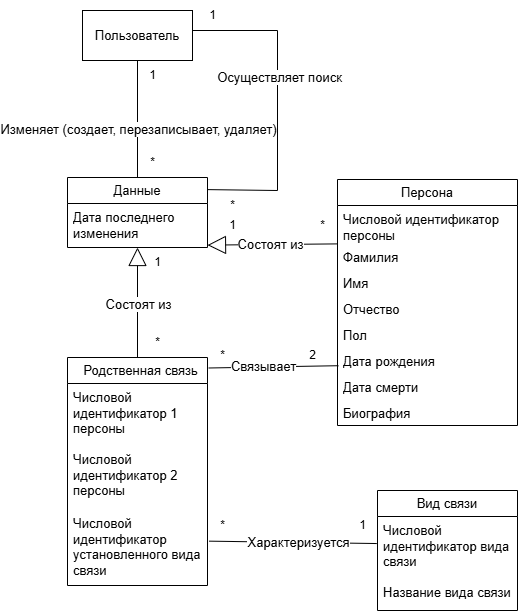
Danil-Kolosov/HellCourse keeps this draw.io diagram as vic/диагрмма_понятий.png. Above is the earlier version. Source tidied: cells renumbered, new cells last; positions are measured from the earlier drawing's top-left corner, leaving out a move shared by most shapes.
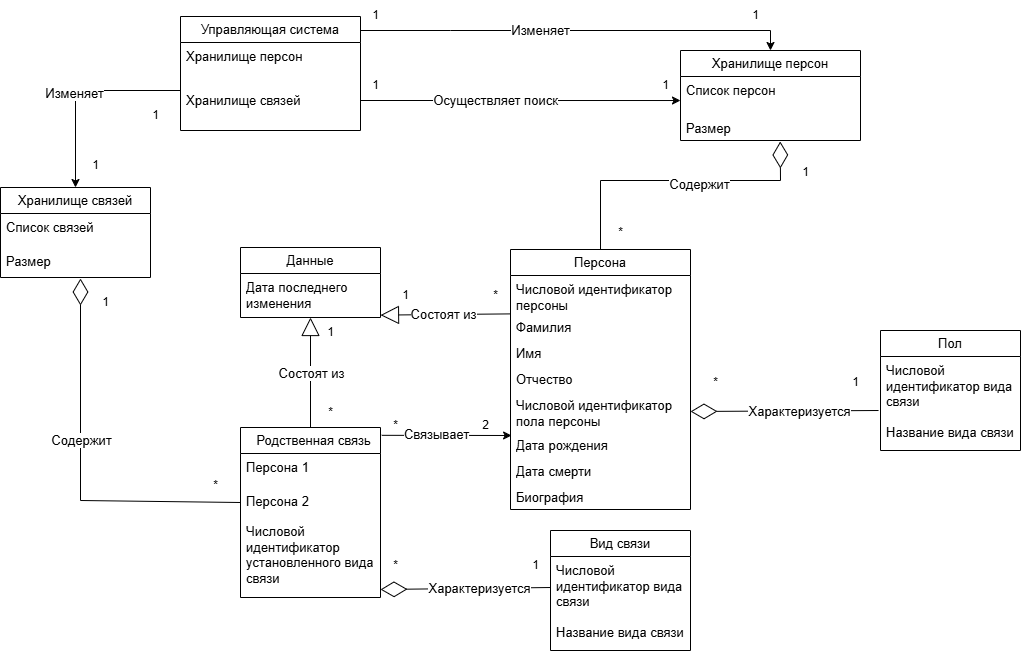
Later version of the same file.

Diff of the diagram source:
```diff
@@ -5,3 +5,3 @@
     <mxCell id="2" value="Персона" style="swimlane;fontStyle=0;horizontal=1;startSize=26;fillColor=none;whiteSpace=wrap;html=1;fontSize=13;" parent="1" vertex="1">
-      <mxGeometry x="270" y="179" width="180" height="246" as="geometry" />
+      <mxGeometry x="270" y="179" width="180" height="260" as="geometry" />
     </mxCell>
@@ -19,35 +19,36 @@
     </mxCell>
-    <mxCell id="7" value="Пол" style="text;strokeColor=none;fillColor=none;align=left;verticalAlign=top;spacingLeft=4;spacingRight=4;overflow=hidden;points=[[0,0.5],[1,0.5]];portConstraint=eastwest;whiteSpace=wrap;html=1;fontSize=13;" parent="2" vertex="1">
-      <mxGeometry y="142" width="180" height="26" as="geometry" />
+    <mxCell id="7" value="Числовой идентификатор пола персоны" style="text;strokeColor=none;fillColor=none;align=left;verticalAlign=top;spacingLeft=4;spacingRight=4;overflow=hidden;points=[[0,0.5],[1,0.5]];portConstraint=eastwest;whiteSpace=wrap;html=1;fontSize=13;" parent="2" vertex="1">
+      <mxGeometry y="142" width="180" height="40" as="geometry" />
     </mxCell>
     <mxCell id="8" value="Дата рождения" style="text;strokeColor=none;fillColor=none;align=left;verticalAlign=top;spacingLeft=4;spacingRight=4;overflow=hidden;points=[[0,0.5],[1,0.5]];portConstraint=eastwest;whiteSpace=wrap;html=1;fontSize=13;" parent="2" vertex="1">
-      <mxGeometry y="168" width="180" height="26" as="geometry" />
+      <mxGeometry y="182" width="180" height="26" as="geometry" />
     </mxCell>
     <mxCell id="9" value="Дата смерти" style="text;strokeColor=none;fillColor=none;align=left;verticalAlign=top;spacingLeft=4;spacingRight=4;overflow=hidden;whiteSpace=wrap;html=1;fontSize=13;" parent="2" vertex="1">
-      <mxGeometry y="194" width="180" height="26" as="geometry" />
+      <mxGeometry y="208" width="180" height="26" as="geometry" />
     </mxCell>
     <mxCell id="10" value="Биография" style="text;strokeColor=none;fillColor=none;align=left;verticalAlign=top;spacingLeft=4;spacingRight=4;overflow=hidden;whiteSpace=wrap;html=1;fontSize=13;" parent="2" vertex="1">
-      <mxGeometry y="220" width="180" height="26" as="geometry" />
+      <mxGeometry y="234" width="180" height="26" as="geometry" />
     </mxCell>
     <mxCell id="11" value="&amp;nbsp; &amp;nbsp;Родственная связь&amp;nbsp;" style="swimlane;fontStyle=0;horizontal=1;startSize=26;fillColor=none;whiteSpace=wrap;html=1;fontSize=13;" parent="1" vertex="1">
-      <mxGeometry y="357" width="140" height="228" as="geometry" />
+      <mxGeometry y="357" width="140" height="170" as="geometry" />
     </mxCell>
-    <mxCell id="12" value="Числовой идентификатор 1 персоны" style="text;strokeColor=none;fillColor=none;align=left;verticalAlign=top;spacingLeft=4;spacingRight=4;overflow=hidden;whiteSpace=wrap;html=1;fontSize=13;" parent="11" vertex="1">
-      <mxGeometry y="26" width="140" height="62" as="geometry" />
+    <mxCell id="12" value="Персона 1" style="text;strokeColor=none;fillColor=none;align=left;verticalAlign=top;spacingLeft=4;spacingRight=4;overflow=hidden;whiteSpace=wrap;html=1;fontSize=13;" parent="11" vertex="1">
+      <mxGeometry y="26" width="140" height="34" as="geometry" />
     </mxCell>
-    <mxCell id="13" value="Числовой идентификатор 2 персоны" style="text;strokeColor=none;fillColor=none;align=left;verticalAlign=top;spacingLeft=4;spacingRight=4;overflow=hidden;points=[[0,0.5],[1,0.5]];portConstraint=eastwest;whiteSpace=wrap;html=1;fontSize=13;" parent="11" vertex="1">
-      <mxGeometry y="88" width="140" height="64" as="geometry" />
+    <mxCell id="13" value="Персона 2" style="text;strokeColor=none;fillColor=none;align=left;verticalAlign=top;spacingLeft=4;spacingRight=4;overflow=hidden;points=[[0,0.5],[1,0.5]];portConstraint=eastwest;whiteSpace=wrap;html=1;fontSize=13;" parent="11" vertex="1">
+      <mxGeometry y="60" width="140" height="30" as="geometry" />
     </mxCell>
     <mxCell id="14" value="Числовой идентификатор установленного вида связи" style="text;strokeColor=none;fillColor=none;align=left;verticalAlign=top;spacingLeft=4;spacingRight=4;overflow=hidden;whiteSpace=wrap;html=1;fontSize=13;" parent="11" vertex="1">
-      <mxGeometry y="152" width="140" height="76" as="geometry" />
+      <mxGeometry y="90" width="140" height="80" as="geometry" />
     </mxCell>
-    <mxCell id="15" value="Пользователь" style="html=1;whiteSpace=wrap;fontSize=13;" parent="1" vertex="1">
-      <mxGeometry x="15" y="10" width="110" height="50" as="geometry" />
-    </mxCell>
-    <mxCell id="16" style="endArrow=none;endFill=0;endSize=24;html=1;rounded=0;startFill=0;entryX=0.5;entryY=1;entryDx=0;entryDy=0;exitX=0.5;exitY=0;exitDx=0;exitDy=0;" parent="1" edge="1" source="18" target="15">
-      <mxGeometry relative="1" as="geometry" />
+    <mxCell id="16" style="endArrow=none;endFill=1;endSize=24;html=1;rounded=0;startFill=1;entryX=0;entryY=0.091;entryDx=0;entryDy=0;exitX=0.5;exitY=0;exitDx=0;exitDy=0;strokeColor=default;align=center;verticalAlign=middle;fontFamily=Helvetica;fontSize=11;fontColor=default;labelBackgroundColor=default;startArrow=classic;entryPerimeter=0;" parent="1" edge="1" source="51" target="47">
+      <mxGeometry relative="1" as="geometry">
+        <Array as="points">
+          <mxPoint x="-165" y="20" />
+        </Array>
+      </mxGeometry>
     </mxCell>
-    <mxCell id="17" value="Изменяет (создает, перезаписывает, удаляет)" style="edgeLabel;html=1;align=center;verticalAlign=middle;fontSize=13;" parent="16" vertex="1">
+    <mxCell id="17" value="Изменяет" style="edgeLabel;html=1;align=center;verticalAlign=middle;fontSize=13;rounded=0;strokeColor=default;fontFamily=Helvetica;fontColor=default;labelBackgroundColor=default;" parent="16" vertex="1">
       <mxGeometry x="0.16" y="-1" relative="1" as="geometry">
-        <mxPoint x="-1" y="19" as="offset" />
+        <mxPoint x="-22" y="1" as="offset" />
       </mxGeometry>
@@ -69,6 +70,6 @@
     </mxCell>
-    <mxCell id="22" style="endArrow=none;endFill=0;endSize=24;html=1;rounded=0;startFill=0;exitX=0.005;exitY=0.7;exitDx=0;exitDy=0;entryX=1.009;entryY=0.046;entryDx=0;entryDy=0;exitPerimeter=0;entryPerimeter=0;" parent="1" edge="1" source="8" target="11">
+    <mxCell id="22" style="endArrow=none;endFill=1;endSize=24;html=1;rounded=0;startFill=1;exitX=0.006;exitY=0.154;exitDx=0;exitDy=0;entryX=1.009;entryY=0.046;entryDx=0;entryDy=0;exitPerimeter=0;entryPerimeter=0;strokeColor=default;align=center;verticalAlign=middle;fontFamily=Helvetica;fontSize=13;fontColor=default;labelBackgroundColor=default;startArrow=classic;" parent="1" edge="1" source="8" target="11">
       <mxGeometry relative="1" as="geometry" />
     </mxCell>
-    <mxCell id="23" value="Связывает" style="edgeLabel;html=1;align=center;verticalAlign=middle;fontSize=13;" parent="22" vertex="1">
+    <mxCell id="23" value="Связывает" style="edgeLabel;html=1;align=center;verticalAlign=middle;fontSize=13;rounded=0;strokeColor=default;fontFamily=Helvetica;fontColor=default;labelBackgroundColor=default;" parent="22" vertex="1">
       <mxGeometry x="0.16" y="-1" relative="1" as="geometry" />
@@ -81,6 +82,6 @@
     </mxCell>
-    <mxCell id="26" style="endArrow=none;endFill=0;endSize=24;html=1;rounded=0;startFill=0;entryX=1;entryY=0.4;entryDx=0;entryDy=0;exitX=1.002;exitY=0.173;exitDx=0;exitDy=0;exitPerimeter=0;entryPerimeter=0;" parent="1" edge="1" source="18" target="15">
+    <mxCell id="26" style="endArrow=none;endFill=1;endSize=24;html=1;rounded=0;startFill=1;exitX=0;exitY=0.632;exitDx=0;exitDy=0;exitPerimeter=0;startArrow=classic;" parent="1" edge="1" source="49">
       <mxGeometry relative="1" as="geometry">
+        <mxPoint x="120" y="30" as="targetPoint" />
         <Array as="points">
-          <mxPoint x="210" y="190" />
           <mxPoint x="210" y="30" />
@@ -93,7 +94,4 @@
     <mxCell id="28" value="1" style="text;html=1;align=center;verticalAlign=middle;strokeColor=none;fillColor=none;" parent="1" vertex="1">
-      <mxGeometry x="70" y="60" width="30" height="30" as="geometry" />
+      <mxGeometry x="-100" y="30" width="30" height="30" as="geometry" />
     </mxCell>
-    <mxCell id="29" value="*" style="text;html=1;align=center;verticalAlign=middle;strokeColor=none;fillColor=none;" parent="1" vertex="1">
-      <mxGeometry x="70" y="147" width="30" height="30" as="geometry" />
-    </mxCell>
     <mxCell id="30" value="*" style="text;html=1;align=center;verticalAlign=middle;strokeColor=none;fillColor=none;" parent="1" vertex="1">
@@ -116,10 +114,7 @@
     </mxCell>
-    <mxCell id="36" value="*" style="text;html=1;align=center;verticalAlign=middle;strokeColor=none;fillColor=none;" parent="1" vertex="1">
-      <mxGeometry x="150" y="190" width="30" height="30" as="geometry" />
-    </mxCell>
     <mxCell id="37" value="1" style="text;html=1;align=center;verticalAlign=middle;strokeColor=none;fillColor=none;" parent="1" vertex="1">
-      <mxGeometry x="130" width="30" height="30" as="geometry" />
+      <mxGeometry x="120" width="30" height="30" as="geometry" />
     </mxCell>
     <mxCell id="38" value="Вид связи" style="swimlane;fontStyle=0;horizontal=1;startSize=26;fillColor=none;whiteSpace=wrap;html=1;fontSize=13;" parent="1" vertex="1">
-      <mxGeometry x="310" y="490" width="140" height="120" as="geometry" />
+      <mxGeometry x="310" y="460" width="140" height="120" as="geometry" />
     </mxCell>
@@ -131,8 +126,10 @@
     </mxCell>
-    <mxCell id="41" style="endArrow=none;endFill=0;endSize=24;html=1;rounded=0;startFill=0;entryX=-0.005;entryY=0.442;entryDx=0;entryDy=0;exitX=0.056;exitY=1.022;exitDx=0;exitDy=0;exitPerimeter=0;entryPerimeter=0;" parent="1" edge="1" source="43" target="38">
-      <mxGeometry relative="1" as="geometry" />
+    <mxCell id="41" style="endArrow=diamondThin;endFill=0;endSize=24;html=1;rounded=0;startFill=0;exitX=0;exitY=0.5;exitDx=0;exitDy=0;startArrow=none;strokeColor=default;align=center;verticalAlign=middle;fontFamily=Helvetica;fontSize=11;fontColor=default;labelBackgroundColor=default;" parent="1" edge="1" source="39">
+      <mxGeometry relative="1" as="geometry">
+        <mxPoint x="140" y="519" as="targetPoint" />
+      </mxGeometry>
     </mxCell>
-    <mxCell id="42" value="Характеризуется" style="edgeLabel;html=1;align=center;verticalAlign=middle;fontSize=13;" parent="41" vertex="1">
+    <mxCell id="42" value="Характеризуется" style="edgeLabel;html=1;align=center;verticalAlign=middle;fontSize=13;rounded=0;strokeColor=default;fontFamily=Helvetica;fontColor=default;labelBackgroundColor=default;" parent="41" vertex="1">
       <mxGeometry x="0.16" y="-1" relative="1" as="geometry">
-        <mxPoint x="-9" y="-2" as="offset" />
+        <mxPoint x="27" as="offset" />
       </mxGeometry>
@@ -140,7 +137,119 @@
     <mxCell id="43" value="*" style="text;html=1;align=center;verticalAlign=middle;points=[];strokeColor=none;fillColor=none;" parent="1" vertex="1">
-      <mxGeometry x="140" y="510" width="30" height="30" as="geometry" />
+      <mxGeometry x="140" y="480" width="30" height="30" as="geometry" />
     </mxCell>
     <mxCell id="44" value="1" style="text;html=1;align=center;verticalAlign=middle;strokeColor=none;fillColor=none;" parent="1" vertex="1">
-      <mxGeometry x="280" y="510" width="30" height="30" as="geometry" />
+      <mxGeometry x="280" y="480" width="30" height="30" as="geometry" />
     </mxCell>
+    <mxCell id="45" value="Управляющая система" style="swimlane;fontStyle=0;horizontal=1;startSize=26;fillColor=none;whiteSpace=wrap;html=1;fontSize=13;" parent="1" vertex="1">
+      <mxGeometry x="-60" y="-54" width="180" height="114" as="geometry" />
+    </mxCell>
+    <mxCell id="46" value="Хранилище&amp;nbsp;персон" style="text;strokeColor=none;fillColor=none;align=left;verticalAlign=top;spacingLeft=4;spacingRight=4;overflow=hidden;whiteSpace=wrap;html=1;fontSize=13;" parent="45" vertex="1">
+      <mxGeometry y="26" width="180" height="44" as="geometry" />
+    </mxCell>
+    <mxCell id="47" value="Хранилище связей" style="text;strokeColor=none;fillColor=none;align=left;verticalAlign=top;spacingLeft=4;spacingRight=4;overflow=hidden;points=[[0,0.5],[1,0.5]];portConstraint=eastwest;whiteSpace=wrap;html=1;fontSize=13;" parent="45" vertex="1">
+      <mxGeometry y="70" width="180" height="44" as="geometry" />
+    </mxCell>
+    <mxCell id="48" value="&lt;span style=&quot;text-align: left;&quot;&gt;Хранилище&amp;nbsp;персон&lt;/span&gt;" style="swimlane;fontStyle=0;horizontal=1;startSize=26;fillColor=none;whiteSpace=wrap;html=1;fontSize=13;" parent="1" vertex="1">
+      <mxGeometry x="440" y="-20" width="180" height="90" as="geometry" />
+    </mxCell>
+    <mxCell id="49" value="Список персон" style="text;strokeColor=none;fillColor=none;align=left;verticalAlign=top;spacingLeft=4;spacingRight=4;overflow=hidden;points=[[0,0.5],[1,0.5]];portConstraint=eastwest;whiteSpace=wrap;html=1;fontSize=13;" parent="48" vertex="1">
+      <mxGeometry y="26" width="180" height="38" as="geometry" />
+    </mxCell>
+    <mxCell id="50" value="Размер" style="text;strokeColor=none;fillColor=none;align=left;verticalAlign=top;spacingLeft=4;spacingRight=4;overflow=hidden;points=[[0,0.5],[1,0.5]];portConstraint=eastwest;whiteSpace=wrap;html=1;fontSize=13;" parent="48" vertex="1">
+      <mxGeometry y="64" width="180" height="26" as="geometry" />
+    </mxCell>
+    <mxCell id="51" value="&lt;span style=&quot;text-align: left;&quot;&gt;Хранилище&amp;nbsp;&lt;/span&gt;&lt;span style=&quot;text-align: left;&quot;&gt;связей&lt;/span&gt;" style="swimlane;fontStyle=0;horizontal=1;startSize=26;fillColor=none;whiteSpace=wrap;html=1;fontSize=13;" parent="1" vertex="1">
+      <mxGeometry x="-240" y="117" width="150" height="90" as="geometry" />
+    </mxCell>
+    <mxCell id="52" value="Список связей&amp;nbsp;" style="text;strokeColor=none;fillColor=none;align=left;verticalAlign=top;spacingLeft=4;spacingRight=4;overflow=hidden;whiteSpace=wrap;html=1;fontSize=13;" parent="51" vertex="1">
+      <mxGeometry y="26" width="150" height="34" as="geometry" />
+    </mxCell>
+    <mxCell id="53" value="Размер" style="text;strokeColor=none;fillColor=none;align=left;verticalAlign=top;spacingLeft=4;spacingRight=4;overflow=hidden;whiteSpace=wrap;html=1;fontSize=13;" parent="51" vertex="1">
+      <mxGeometry y="60" width="150" height="30" as="geometry" />
+    </mxCell>
+    <mxCell id="54" value="Пол" style="swimlane;fontStyle=0;horizontal=1;startSize=26;fillColor=none;whiteSpace=wrap;html=1;fontSize=13;" parent="1" vertex="1">
+      <mxGeometry x="640" y="260" width="140" height="120" as="geometry" />
+    </mxCell>
+    <mxCell id="55" value="Числовой идентификатор вида связи" style="text;strokeColor=none;fillColor=none;align=left;verticalAlign=top;spacingLeft=4;spacingRight=4;overflow=hidden;points=[[0,0.5],[1,0.5]];portConstraint=eastwest;whiteSpace=wrap;html=1;fontSize=13;" parent="54" vertex="1">
+      <mxGeometry y="26" width="140" height="62" as="geometry" />
+    </mxCell>
+    <mxCell id="56" value="Название вида связи" style="text;strokeColor=none;fillColor=none;align=left;verticalAlign=top;spacingLeft=4;spacingRight=4;overflow=hidden;whiteSpace=wrap;html=1;fontSize=13;" parent="54" vertex="1">
+      <mxGeometry y="88" width="140" height="32" as="geometry" />
+    </mxCell>
+    <mxCell id="57" style="endArrow=diamondThin;endFill=0;endSize=24;html=1;rounded=0;entryX=1;entryY=0.5;entryDx=0;entryDy=0;exitX=-0.014;exitY=0.871;exitDx=0;exitDy=0;exitPerimeter=0;" parent="1" edge="1" source="55" target="7">
+      <mxGeometry relative="1" as="geometry" />
+    </mxCell>
+    <mxCell id="58" value="Характеризуется" style="edgeLabel;html=1;align=center;verticalAlign=middle;fontSize=13;" parent="57" vertex="1">
+      <mxGeometry x="-0.15" y="2" relative="1" as="geometry">
+        <mxPoint y="-2" as="offset" />
+      </mxGeometry>
+    </mxCell>
+    <mxCell id="59" value="1" style="text;html=1;align=center;verticalAlign=middle;strokeColor=none;fillColor=none;" parent="1" vertex="1">
+      <mxGeometry x="600" y="297" width="30" height="30" as="geometry" />
+    </mxCell>
+    <mxCell id="60" value="*" style="text;html=1;align=center;verticalAlign=middle;strokeColor=none;fillColor=none;" parent="1" vertex="1">
+      <mxGeometry x="460" y="297" width="30" height="30" as="geometry" />
+    </mxCell>
+    <mxCell id="61" value="1" style="text;html=1;align=center;verticalAlign=middle;strokeColor=none;fillColor=none;" parent="1" vertex="1">
+      <mxGeometry x="410" width="30" height="30" as="geometry" />
+    </mxCell>
+    <mxCell id="62" style="endArrow=none;endFill=1;endSize=24;html=1;rounded=0;startFill=1;exitX=0.5;exitY=0;exitDx=0;exitDy=0;startArrow=classic;" parent="1" edge="1" source="48">
+      <mxGeometry relative="1" as="geometry">
+        <mxPoint x="120" y="-40" as="targetPoint" />
+        <Array as="points">
+          <mxPoint x="530" y="-40" />
+          <mxPoint x="210" y="-40" />
+        </Array>
+      </mxGeometry>
+    </mxCell>
+    <mxCell id="63" value="Изменяет" style="edgeLabel;html=1;align=center;verticalAlign=middle;fontSize=13;" parent="62" vertex="1">
+      <mxGeometry x="0.16" y="-1" relative="1" as="geometry" />
+    </mxCell>
+    <mxCell id="64" value="1" style="text;html=1;align=center;verticalAlign=middle;strokeColor=none;fillColor=none;" parent="1" vertex="1">
+      <mxGeometry x="-160" y="80" width="30" height="30" as="geometry" />
+    </mxCell>
+    <mxCell id="65" value="1" style="text;html=1;align=center;verticalAlign=middle;strokeColor=none;fillColor=none;" parent="1" vertex="1">
+      <mxGeometry x="120" y="-70" width="30" height="30" as="geometry" />
+    </mxCell>
+    <mxCell id="66" value="1" style="text;html=1;align=center;verticalAlign=middle;strokeColor=none;fillColor=none;" parent="1" vertex="1">
+      <mxGeometry x="500" y="-70" width="30" height="30" as="geometry" />
+    </mxCell>
+    <mxCell id="67" style="endArrow=diamondThin;endFill=0;endSize=24;html=1;rounded=0;startFill=0;strokeColor=default;align=center;verticalAlign=middle;fontFamily=Helvetica;fontSize=11;fontColor=default;labelBackgroundColor=default;startArrow=none;exitX=0;exitY=0.5;exitDx=0;exitDy=0;" parent="1" edge="1" source="13">
+      <mxGeometry relative="1" as="geometry">
+        <mxPoint x="-160" y="208" as="targetPoint" />
+        <Array as="points">
+          <mxPoint x="-160" y="430" />
+        </Array>
+      </mxGeometry>
+    </mxCell>
+    <mxCell id="68" value="Содержит" style="edgeLabel;html=1;align=center;verticalAlign=middle;fontSize=13;rounded=0;strokeColor=default;fontFamily=Helvetica;fontColor=default;labelBackgroundColor=default;" parent="67" vertex="1">
+      <mxGeometry x="0.16" y="-1" relative="1" as="geometry">
+        <mxPoint x="-1" y="2" as="offset" />
+      </mxGeometry>
+    </mxCell>
+    <mxCell id="69" style="endArrow=diamondThin;endFill=0;endSize=24;html=1;rounded=0;startFill=0;strokeColor=default;align=center;verticalAlign=middle;fontFamily=Helvetica;fontSize=11;fontColor=default;labelBackgroundColor=default;startArrow=none;exitX=0.5;exitY=0;exitDx=0;exitDy=0;entryX=0.554;entryY=1.037;entryDx=0;entryDy=0;entryPerimeter=0;" parent="1" edge="1" source="2" target="50">
+      <mxGeometry relative="1" as="geometry">
+        <Array as="points">
+          <mxPoint x="360" y="110" />
+          <mxPoint x="540" y="110" />
+        </Array>
+      </mxGeometry>
+    </mxCell>
+    <mxCell id="70" value="Содержит" style="edgeLabel;html=1;align=center;verticalAlign=middle;fontSize=13;rounded=0;strokeColor=default;fontFamily=Helvetica;fontColor=default;labelBackgroundColor=default;" parent="69" vertex="1">
+      <mxGeometry x="0.16" y="-1" relative="1" as="geometry">
+        <mxPoint x="-1" y="2" as="offset" />
+      </mxGeometry>
+    </mxCell>
+    <mxCell id="71" value="*" style="text;html=1;align=center;verticalAlign=middle;strokeColor=none;fillColor=none;" parent="1" vertex="1">
+      <mxGeometry x="365" y="147" width="30" height="30" as="geometry" />
+    </mxCell>
+    <mxCell id="72" value="*" style="text;html=1;align=center;verticalAlign=middle;strokeColor=none;fillColor=none;" parent="1" vertex="1">
+      <mxGeometry x="-40" y="400" width="30" height="30" as="geometry" />
+    </mxCell>
+    <mxCell id="73" value="1" style="text;html=1;align=center;verticalAlign=middle;strokeColor=none;fillColor=none;" parent="1" vertex="1">
+      <mxGeometry x="550" y="87" width="30" height="30" as="geometry" />
+    </mxCell>
+    <mxCell id="74" value="1" style="text;html=1;align=center;verticalAlign=middle;strokeColor=none;fillColor=none;" parent="1" vertex="1">
+      <mxGeometry x="-150" y="217" width="30" height="30" as="geometry" />
+    </mxCell>
   </root>
```
